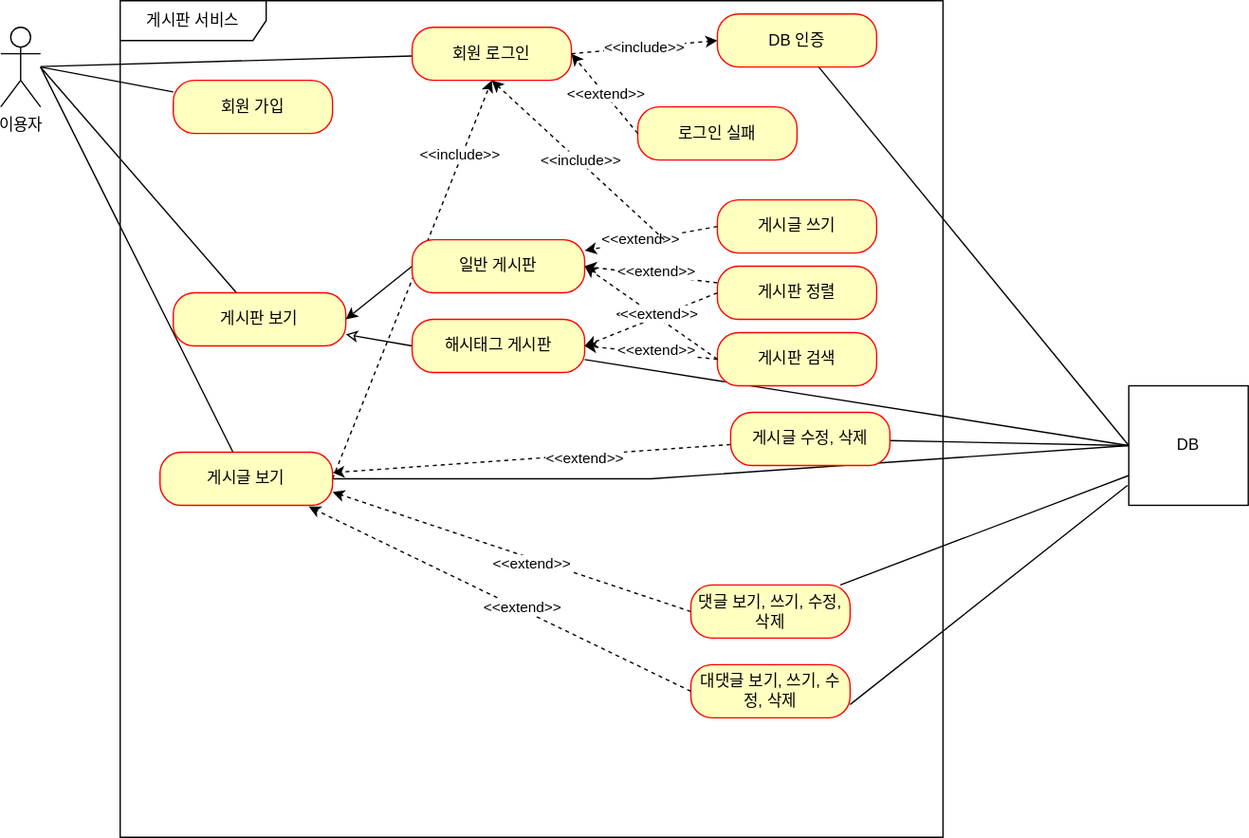
Kim-Soon-Ki/fastcampus-project-board keeps this draw.io diagram as document/use-case.svg. Above is the earlier version. Source tidied: cells renumbered, new cells last; positions are measured from the earlier drawing's top-left corner, leaving out a move shared by most shapes.
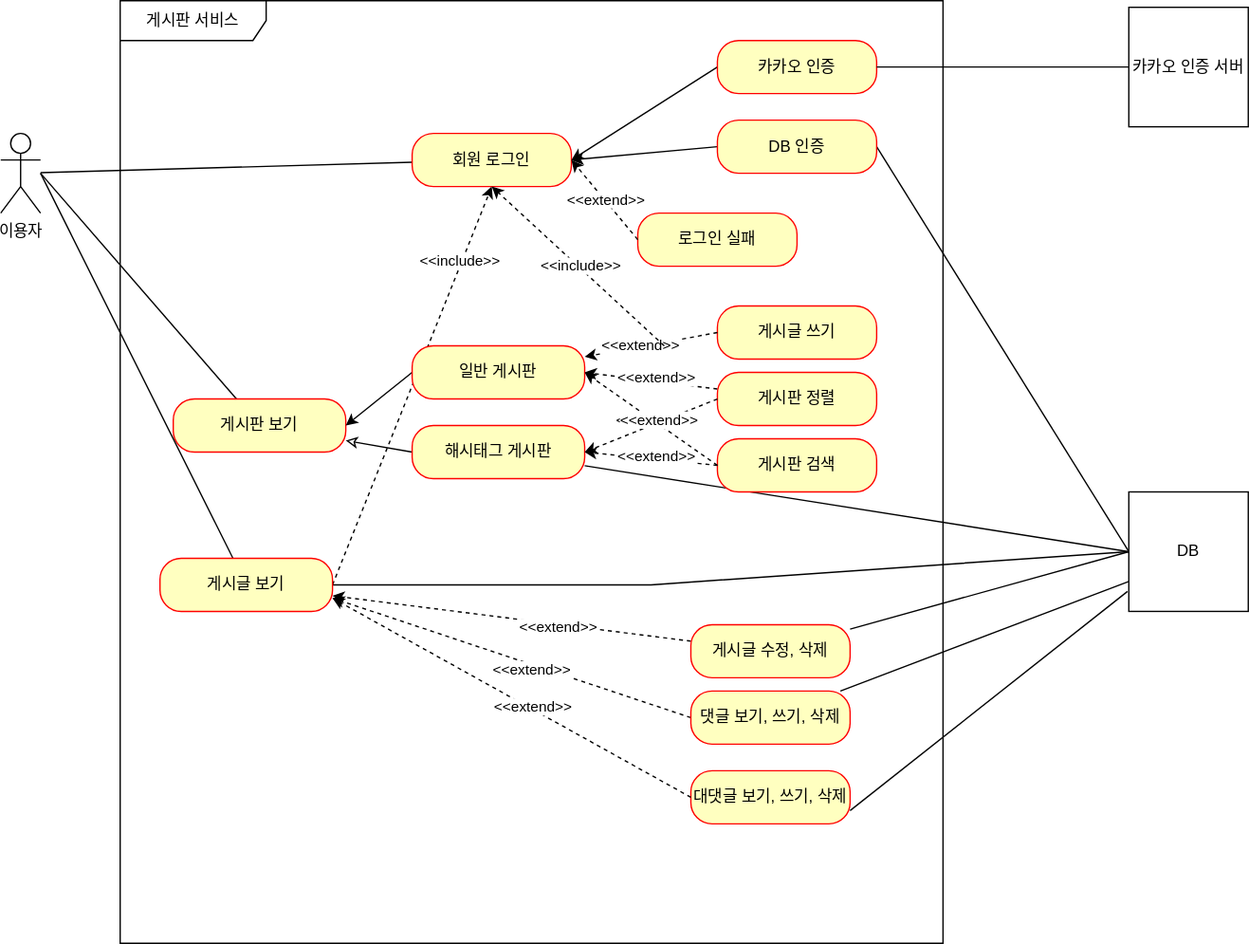
The same file after the commit.

Commit message:
#57 - use-case.svg: 카카오 인증 추가 (대댓글은 미리함)

Diff of the diagram source:
```diff
@@ -6,16 +6,8 @@
       <mxGeometry y="20" width="30" height="60" as="geometry" />
     </mxCell>
     <mxCell id="3" value="게시판 서비스" style="shape=umlFrame;whiteSpace=wrap;html=1;width=110;height=30;" parent="1" vertex="1">
-      <mxGeometry x="90" width="620" height="630" as="geometry" />
+      <mxGeometry x="90" y="-80" width="620" height="710" as="geometry" />
     </mxCell>
-    <mxCell id="4" style="rounded=0;jettySize=auto;html=1;endArrow=none;endFill=0;" parent="1" edge="1" source="5">
-      <mxGeometry relative="1" as="geometry">
-        <mxPoint x="30" y="50" as="targetPoint" />
-      </mxGeometry>
-    </mxCell>
-    <mxCell id="5" value="회원 가입" style="rounded=1;whiteSpace=wrap;html=1;arcSize=40;fontColor=#000000;fillColor=#ffffc0;strokeColor=#ff0000;" parent="1" vertex="1">
-      <mxGeometry x="130" y="60" width="120" height="40" as="geometry" />
-    </mxCell>
     <mxCell id="6" style="rounded=0;jettySize=auto;html=1;endArrow=none;endFill=0;" parent="1" edge="1" source="8">
       <mxGeometry relative="1" as="geometry">
         <mxPoint x="30" y="50" as="targetPoint" />
@@ -55,8 +47,15 @@
       <mxGeometry x="310" y="20" width="120" height="40" as="geometry" />
     </mxCell>
     <mxCell id="16" style="rounded=0;jettySize=auto;html=1;entryX=0;entryY=0.5;entryDx=0;entryDy=0;endArrow=none;endFill=0;" parent="1" edge="1" source="17" target="35">
-      <mxGeometry relative="1" as="geometry" />
+      <mxGeometry relative="1" as="geometry">
+        <Array as="points">
+          <mxPoint x="660" y="30" />
+        </Array>
+      </mxGeometry>
     </mxCell>
+    <mxCell id="55" style="rounded=0;jettySize=auto;html=1;exitX=0;exitY=0.5;exitDx=0;exitDy=0;entryX=1;entryY=0.5;entryDx=0;entryDy=0;" parent="1" edge="1" source="17" target="15">
+      <mxGeometry relative="1" as="geometry" />
+    </mxCell>
     <mxCell id="17" value="DB 인증" style="rounded=1;whiteSpace=wrap;html=1;arcSize=40;fontColor=#000000;fillColor=#ffffc0;strokeColor=#ff0000;" parent="1" vertex="1">
       <mxGeometry x="540" y="10" width="120" height="40" as="geometry" />
     </mxCell>
@@ -93,7 +92,7 @@
       <mxGeometry relative="1" as="geometry" />
     </mxCell>
     <mxCell id="27" value="게시글 수정, 삭제" style="rounded=1;whiteSpace=wrap;html=1;arcSize=40;fontColor=#000000;fillColor=#ffffc0;strokeColor=#ff0000;" parent="1" vertex="1">
-      <mxGeometry x="550" y="310" width="120" height="40" as="geometry" />
+      <mxGeometry x="520" y="390" width="120" height="40" as="geometry" />
     </mxCell>
     <mxCell id="28" style="rounded=0;jettySize=auto;html=1;dashed=1;entryX=1;entryY=0.75;entryDx=0;entryDy=0;exitX=0;exitY=0.5;exitDx=0;exitDy=0;" parent="1" edge="1" source="31" target="13">
       <mxGeometry relative="1" as="geometry" />
@@ -104,14 +103,9 @@
     <mxCell id="30" style="rounded=0;jettySize=auto;html=1;endArrow=none;endFill=0;entryX=0;entryY=0.75;entryDx=0;entryDy=0;" parent="1" edge="1" source="31" target="35">
       <mxGeometry relative="1" as="geometry" />
     </mxCell>
-    <mxCell id="31" value="댓글 보기, 쓰기, 수정, 삭제" style="rounded=1;whiteSpace=wrap;html=1;arcSize=40;fontColor=#000000;fillColor=#ffffc0;strokeColor=#ff0000;" parent="1" vertex="1">
+    <mxCell id="31" value="댓글 보기, 쓰기, 삭제" style="rounded=1;whiteSpace=wrap;html=1;arcSize=40;fontColor=#000000;fillColor=#ffffc0;strokeColor=#ff0000;" parent="1" vertex="1">
       <mxGeometry x="520" y="440" width="120" height="40" as="geometry" />
     </mxCell>
-    <mxCell id="32" value="&amp;lt;&amp;lt;include&amp;gt;&amp;gt;" style="rounded=0;jettySize=auto;html=1;endArrow=classic;endFill=1;exitX=0;exitY=0.5;exitDx=0;exitDy=0;dashed=1;strokeWidth=1;entryX=0;entryY=0.5;entryDx=0;entryDy=0;sourcePerimeterSpacing=0;" parent="1" edge="1" target="17">
-      <mxGeometry relative="1" as="geometry">
-        <mxPoint x="430" y="40" as="sourcePoint" />
-      </mxGeometry>
-    </mxCell>
     <mxCell id="33" style="rounded=0;jettySize=auto;html=1;endArrow=classic;endFill=1;exitX=0;exitY=0.5;exitDx=0;exitDy=0;entryX=1;entryY=0.5;entryDx=0;entryDy=0;startArrow=none;startFill=0;dashed=1;" parent="1" edge="1" source="18" target="15">
       <mxGeometry relative="1" as="geometry" />
     </mxCell>
@@ -139,10 +133,10 @@
     <mxCell id="41" value="해시태그 게시판" style="rounded=1;whiteSpace=wrap;html=1;arcSize=40;fontColor=#000000;fillColor=#ffffc0;strokeColor=#ff0000;" parent="1" vertex="1">
       <mxGeometry x="310" y="240" width="130" height="40" as="geometry" />
     </mxCell>
-    <mxCell id="42" value="대댓글 보기, 쓰기, 수정, 삭제" style="rounded=1;whiteSpace=wrap;html=1;arcSize=40;fontColor=#000000;fillColor=#ffffc0;strokeColor=#ff0000;" parent="1" vertex="1">
+    <mxCell id="42" value="대댓글 보기, 쓰기, 삭제" style="rounded=1;whiteSpace=wrap;html=1;arcSize=40;fontColor=#000000;fillColor=#ffffc0;strokeColor=#ff0000;" parent="1" vertex="1">
       <mxGeometry x="520" y="500" width="120" height="40" as="geometry" />
     </mxCell>
-    <mxCell id="43" style="rounded=0;jettySize=auto;html=1;dashed=1;exitX=0;exitY=0.5;exitDx=0;exitDy=0;entryX=0.862;entryY=1.025;entryDx=0;entryDy=0;entryPerimeter=0;" parent="1" edge="1" target="13">
+    <mxCell id="43" style="rounded=0;jettySize=auto;html=1;dashed=1;exitX=0;exitY=0.5;exitDx=0;exitDy=0;entryX=1;entryY=0.75;entryDx=0;entryDy=0;" parent="1" edge="1" target="13">
       <mxGeometry relative="1" as="geometry">
         <mxPoint x="520" y="520" as="sourcePoint" />
       </mxGeometry>
@@ -182,5 +176,17 @@
     <mxCell id="54" value="&amp;lt;&amp;lt;extend&amp;gt;&amp;gt;" style="edgeLabel;html=1;align=center;verticalAlign=middle;" parent="53" vertex="1">
       <mxGeometry x="-0.07" y="-3" relative="1" as="geometry" />
     </mxCell>
+    <mxCell id="56" style="rounded=0;jettySize=auto;html=1;entryX=1;entryY=0.5;entryDx=0;entryDy=0;exitX=0;exitY=0.5;exitDx=0;exitDy=0;endArrow=classic;endFill=1;" parent="1" edge="1" source="57" target="15">
+      <mxGeometry relative="1" as="geometry" />
+    </mxCell>
+    <mxCell id="57" value="카카오 인증" style="rounded=1;whiteSpace=wrap;html=1;arcSize=40;fontColor=#000000;fillColor=#ffffc0;strokeColor=#ff0000;" parent="1" vertex="1">
+      <mxGeometry x="540" y="-50" width="120" height="40" as="geometry" />
+    </mxCell>
+    <mxCell id="58" style="rounded=0;jettySize=auto;html=1;entryX=1;entryY=0.5;entryDx=0;entryDy=0;endArrow=none;endFill=0;" parent="1" edge="1" source="59" target="57">
+      <mxGeometry relative="1" as="geometry" />
+    </mxCell>
+    <mxCell id="59" value="카카오 인증 서버" style="html=1;whiteSpace=wrap;" parent="1" vertex="1">
+      <mxGeometry x="850" y="-75" width="90" height="90" as="geometry" />
+    </mxCell>
   </root>
 </mxGraphModel>
```
